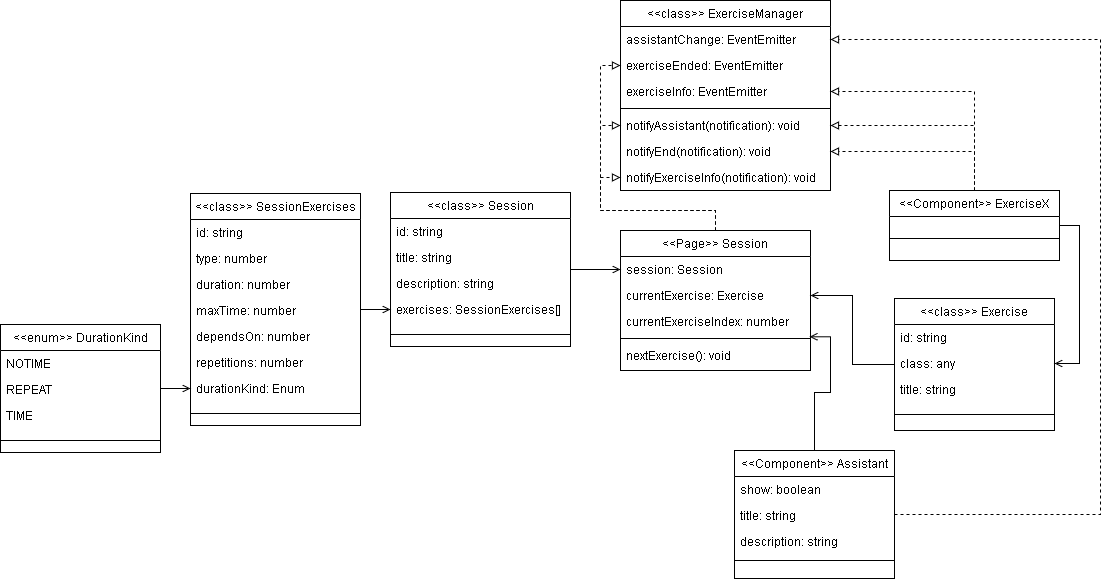
davidinfante/TFG keeps this draw.io diagram as docs/Sessions-Exercises_classdiagram.png. Above is the earlier version. Source tidied: cells renumbered, new cells last; positions are measured from the earlier drawing's top-left corner, leaving out a move shared by most shapes.
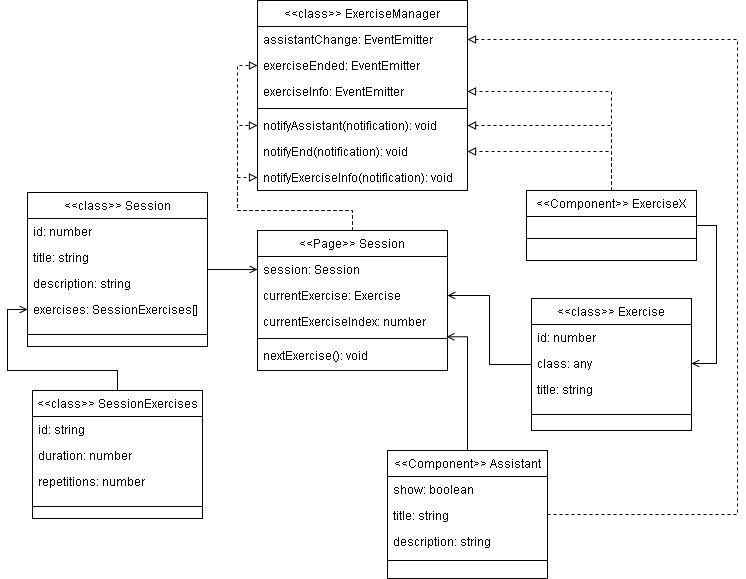
The same diagram one commit later.

Commit message:
Sessions-Exercises_classdiagram updated

What changed in the source:
```diff
@@ -6,18 +6,21 @@
       <mxGeometry relative="1" as="geometry" />
     </mxCell>
     <mxCell id="3" style="edgeStyle=orthogonalEdgeStyle;rounded=0;jettySize=auto;html=1;entryX=0;entryY=0.5;entryDx=0;entryDy=0;endArrow=open;endFill=0;" parent="1" edge="1" source="47" target="45">
-      <mxGeometry relative="1" as="geometry" />
+      <mxGeometry relative="1" as="geometry">
+        <Array as="points">
+          <mxPoint x="480" y="370" />
+          <mxPoint x="370" y="370" />
+          <mxPoint x="370" y="309" />
+        </Array>
+      </mxGeometry>
     </mxCell>
-    <mxCell id="4" style="edgeStyle=orthogonalEdgeStyle;rounded=0;jettySize=auto;html=1;entryX=0;entryY=0.5;entryDx=0;entryDy=0;endArrow=open;endFill=0;" parent="1" edge="1" source="56" target="54">
-      <mxGeometry relative="1" as="geometry" />
-    </mxCell>
     <mxCell id="5" style="edgeStyle=orthogonalEdgeStyle;rounded=0;jettySize=auto;html=1;entryX=1;entryY=0.5;entryDx=0;entryDy=0;endArrow=open;endFill=0;" parent="1" edge="1" source="6" target="17">
       <mxGeometry relative="1" as="geometry" />
     </mxCell>
     <mxCell id="6" value="&lt;&lt;class&gt;&gt; Exercise" style="swimlane;fontStyle=0;align=center;verticalAlign=top;horizontal=1;startSize=26;rounded=0;shadow=0;strokeWidth=1;" parent="1" vertex="1">
       <mxGeometry x="894" y="298" width="160" height="132" as="geometry" />
     </mxCell>
-    <mxCell id="7" value="id: string" style="text;align=left;verticalAlign=top;spacingLeft=4;spacingRight=4;overflow=hidden;" parent="6" vertex="1">
+    <mxCell id="7" value="id: number" style="text;align=left;verticalAlign=top;spacingLeft=4;spacingRight=4;overflow=hidden;" parent="6" vertex="1">
       <mxGeometry y="26" width="160" height="26" as="geometry" />
     </mxCell>
     <mxCell id="8" value="class: any" style="text;align=left;verticalAlign=top;spacingLeft=4;spacingRight=4;overflow=hidden;points=[[0,0.5],[1,0.5]];portConstraint=eastwest;" parent="6" vertex="1">
@@ -121,25 +124,10 @@
         </Array>
       </mxGeometry>
     </mxCell>
-    <mxCell id="36" value="&lt;&lt;Component&gt;&gt; Assistant" style="swimlane;fontStyle=0;align=center;verticalAlign=top;horizontal=1;startSize=26;rounded=0;shadow=0;strokeWidth=1;glass=0;" parent="1" vertex="1">
-      <mxGeometry x="734" y="450" width="160" height="128" as="geometry" />
-    </mxCell>
-    <mxCell id="37" value="show: boolean" style="text;align=left;verticalAlign=top;spacingLeft=4;spacingRight=4;overflow=hidden;rounded=0;shadow=0;html=0;" parent="36" vertex="1">
-      <mxGeometry y="26" width="160" height="26" as="geometry" />
-    </mxCell>
-    <mxCell id="38" value="title: string" style="text;align=left;verticalAlign=top;spacingLeft=4;spacingRight=4;overflow=hidden;rounded=0;shadow=0;html=0;" parent="36" vertex="1">
-      <mxGeometry y="52" width="160" height="26" as="geometry" />
-    </mxCell>
-    <mxCell id="39" value="description: string" style="text;align=left;verticalAlign=top;spacingLeft=4;spacingRight=4;overflow=hidden;rounded=0;shadow=0;html=0;" parent="36" vertex="1">
-      <mxGeometry y="78" width="160" height="26" as="geometry" />
-    </mxCell>
-    <mxCell id="40" style="line;html=1;strokeWidth=1;align=left;verticalAlign=middle;spacingTop=-1;spacingLeft=3;spacingRight=3;labelPosition=right;" parent="36" vertex="1">
-      <mxGeometry y="104" width="160" height="12" as="geometry" />
-    </mxCell>
     <mxCell id="41" value="&lt;&lt;class&gt;&gt; Session" style="swimlane;fontStyle=0;align=center;verticalAlign=top;horizontal=1;startSize=26;rounded=0;shadow=0;strokeWidth=1;" parent="1" vertex="1">
       <mxGeometry x="390" y="192" width="180" height="154" as="geometry" />
     </mxCell>
-    <mxCell id="42" value="id: string" style="text;align=left;verticalAlign=top;spacingLeft=4;spacingRight=4;overflow=hidden;" parent="41" vertex="1">
+    <mxCell id="42" value="id: number" style="text;align=left;verticalAlign=top;spacingLeft=4;spacingRight=4;overflow=hidden;" parent="41" vertex="1">
       <mxGeometry y="26" width="180" height="26" as="geometry" />
     </mxCell>
     <mxCell id="43" value="title: string" style="text;align=left;verticalAlign=top;spacingLeft=4;spacingRight=4;overflow=hidden;rounded=0;shadow=0;html=0;" parent="41" vertex="1">
@@ -155,46 +143,34 @@
       <mxGeometry y="130" width="180" height="24" as="geometry" />
     </mxCell>
     <mxCell id="47" value="&lt;&lt;class&gt;&gt; SessionExercises" style="swimlane;fontStyle=0;align=center;verticalAlign=top;horizontal=1;startSize=26;rounded=0;shadow=0;strokeWidth=1;" parent="1" vertex="1">
-      <mxGeometry x="190" y="193" width="170" height="232" as="geometry" />
+      <mxGeometry x="395" y="390" width="170" height="128" as="geometry" />
     </mxCell>
     <mxCell id="48" value="id: string" style="text;align=left;verticalAlign=top;spacingLeft=4;spacingRight=4;overflow=hidden;" parent="47" vertex="1">
       <mxGeometry y="26" width="170" height="26" as="geometry" />
     </mxCell>
-    <mxCell id="49" value="type: number" style="text;align=left;verticalAlign=top;spacingLeft=4;spacingRight=4;overflow=hidden;rounded=0;shadow=0;html=0;" parent="47" vertex="1">
-      <mxGeometry y="52" width="170" height="26" as="geometry" />
-    </mxCell>
     <mxCell id="50" value="duration: number" style="text;align=left;verticalAlign=top;spacingLeft=4;spacingRight=4;overflow=hidden;rounded=0;shadow=0;html=0;" parent="47" vertex="1">
-      <mxGeometry y="78" width="170" height="26" as="geometry" />
+      <mxGeometry y="52" width="170" height="26" as="geometry" />
     </mxCell>
-    <mxCell id="51" value="maxTime: number" style="text;align=left;verticalAlign=top;spacingLeft=4;spacingRight=4;overflow=hidden;rounded=0;shadow=0;html=0;" parent="47" vertex="1">
-      <mxGeometry y="104" width="170" height="26" as="geometry" />
-    </mxCell>
-    <mxCell id="52" value="dependsOn: number" style="text;align=left;verticalAlign=top;spacingLeft=4;spacingRight=4;overflow=hidden;rounded=0;shadow=0;html=0;" parent="47" vertex="1">
-      <mxGeometry y="130" width="170" height="26" as="geometry" />
-    </mxCell>
     <mxCell id="53" value="repetitions: number" style="text;align=left;verticalAlign=top;spacingLeft=4;spacingRight=4;overflow=hidden;rounded=0;shadow=0;html=0;" parent="47" vertex="1">
-      <mxGeometry y="156" width="170" height="26" as="geometry" />
+      <mxGeometry y="78" width="170" height="26" as="geometry" />
     </mxCell>
-    <mxCell id="54" value="durationKind: Enum" style="text;align=left;verticalAlign=top;spacingLeft=4;spacingRight=4;overflow=hidden;points=[[0,0.5],[1,0.5]];portConstraint=eastwest;rounded=0;shadow=0;html=0;" parent="47" vertex="1">
-      <mxGeometry y="182" width="170" height="26" as="geometry" />
-    </mxCell>
     <mxCell id="55" style="line;html=1;strokeWidth=1;align=left;verticalAlign=middle;spacingTop=-1;spacingLeft=3;spacingRight=3;labelPosition=right;" parent="47" vertex="1">
-      <mxGeometry y="208" width="170" height="24" as="geometry" />
+      <mxGeometry y="104" width="170" height="24" as="geometry" />
     </mxCell>
-    <mxCell id="56" value="&lt;&lt;enum&gt;&gt; DurationKind" style="swimlane;fontStyle=0;align=center;verticalAlign=top;horizontal=1;startSize=26;rounded=0;shadow=0;strokeWidth=1;" parent="1" vertex="1">
-      <mxGeometry y="324" width="160" height="128" as="geometry" />
-    </mxCell>
-    <mxCell id="57" value="NOTIME" style="text;align=left;verticalAlign=top;spacingLeft=4;spacingRight=4;overflow=hidden;" parent="56" vertex="1">
-      <mxGeometry y="26" width="160" height="26" as="geometry" />
-    </mxCell>
-    <mxCell id="58" value="REPEAT" style="text;align=left;verticalAlign=top;spacingLeft=4;spacingRight=4;overflow=hidden;rounded=0;shadow=0;html=0;" parent="56" vertex="1">
-      <mxGeometry y="52" width="160" height="26" as="geometry" />
-    </mxCell>
-    <mxCell id="59" value="TIME" style="text;align=left;verticalAlign=top;spacingLeft=4;spacingRight=4;overflow=hidden;rounded=0;shadow=0;html=0;" parent="56" vertex="1">
-      <mxGeometry y="78" width="160" height="26" as="geometry" />
-    </mxCell>
-    <mxCell id="60" style="line;html=1;strokeWidth=1;align=left;verticalAlign=middle;spacingTop=-1;spacingLeft=3;spacingRight=3;labelPosition=right;" parent="56" vertex="1">
-      <mxGeometry y="104" width="160" height="24" as="geometry" />
-    </mxCell>
+    <mxCell id="36" value="&lt;&lt;Component&gt;&gt; Assistant" style="swimlane;fontStyle=0;align=center;verticalAlign=top;horizontal=1;startSize=26;rounded=0;shadow=0;strokeWidth=1;glass=0;" parent="1" vertex="1">
+      <mxGeometry x="750" y="450" width="160" height="128" as="geometry" />
+    </mxCell>
+    <mxCell id="37" value="show: boolean" style="text;align=left;verticalAlign=top;spacingLeft=4;spacingRight=4;overflow=hidden;rounded=0;shadow=0;html=0;" parent="36" vertex="1">
+      <mxGeometry y="26" width="160" height="26" as="geometry" />
+    </mxCell>
+    <mxCell id="38" value="title: string" style="text;align=left;verticalAlign=top;spacingLeft=4;spacingRight=4;overflow=hidden;rounded=0;shadow=0;html=0;" parent="36" vertex="1">
+      <mxGeometry y="52" width="160" height="26" as="geometry" />
+    </mxCell>
+    <mxCell id="39" value="description: string" style="text;align=left;verticalAlign=top;spacingLeft=4;spacingRight=4;overflow=hidden;rounded=0;shadow=0;html=0;" parent="36" vertex="1">
+      <mxGeometry y="78" width="160" height="26" as="geometry" />
+    </mxCell>
+    <mxCell id="40" style="line;html=1;strokeWidth=1;align=left;verticalAlign=middle;spacingTop=-1;spacingLeft=3;spacingRight=3;labelPosition=right;" parent="36" vertex="1">
+      <mxGeometry y="104" width="160" height="12" as="geometry" />
+    </mxCell>
   </root>
 </mxGraphModel>
```
